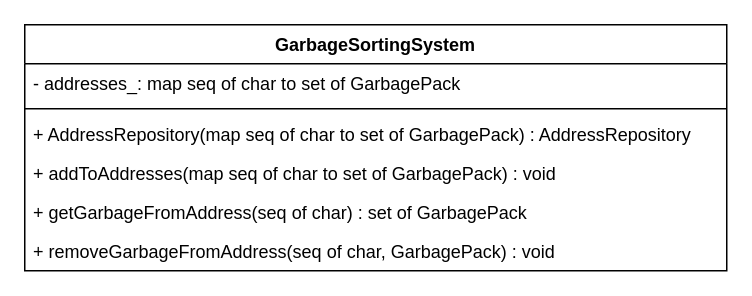
This is page "AddressRepository" (8 of 13) of GarbageSortingSystem/Diagrams/GarbageSortingSystem.drawio from MkLJensen/CRITICAL, a draw.io file, before an edit. Source tidied: cells renumbered, new cells numbered last; positions are measured from the earlier drawing's top-left corner, leaving out a move shared by most shapes. Both pictures are drawn from the tidied source at 150%, with x=0, y=0 at pixel (24, 24).
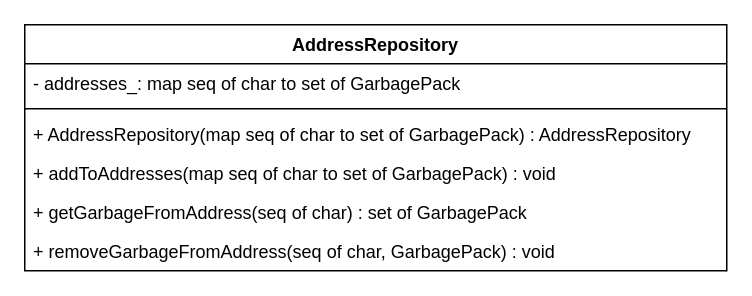
After the change.

The edit, as a diff of the source:
```diff
@@
 <mxGraphModel>
   <root>
     <mxCell id="0" />
     <mxCell id="1" parent="0" />
-    <mxCell id="2" value="GarbageSortingSystem" style="swimlane;fontStyle=1;align=center;verticalAlign=top;horizontal=1;startSize=26;" parent="1" vertex="1">
+    <mxCell id="2" value="AddressRepository" style="swimlane;fontStyle=1;align=center;verticalAlign=top;horizontal=1;startSize=26;" parent="1" vertex="1">
       <mxGeometry width="468" height="164" as="geometry" />
     </mxCell>
     <mxCell id="3" value="- addresses_: map seq of char to set of GarbagePack" style="text;strokeColor=none;fillColor=none;align=left;verticalAlign=top;spacingLeft=4;spacingRight=4;overflow=hidden;" parent="2" vertex="1">
       <mxGeometry y="26" width="468" height="26" as="geometry" />
     </mxCell>
     <mxCell id="4" style="line;strokeWidth=1;fillColor=none;align=left;verticalAlign=middle;spacingTop=-1;spacingLeft=3;spacingRight=3;labelPosition=right;" parent="2" vertex="1">
       <mxGeometry y="52" width="468" height="8" as="geometry" />
     </mxCell>
     <mxCell id="5" value="+ AddressRepository(map seq of char to set of GarbagePack) : AddressRepository" style="text;strokeColor=none;fillColor=none;align=left;verticalAlign=top;spacingLeft=4;spacingRight=4;overflow=hidden;" parent="2" vertex="1">
       <mxGeometry y="60" width="468" height="26" as="geometry" />
     </mxCell>
     <mxCell id="6" value="+ addToAddresses(map seq of char to set of GarbagePack) : void" style="text;strokeColor=none;fillColor=none;align=left;verticalAlign=top;spacingLeft=4;spacingRight=4;overflow=hidden;" parent="2" vertex="1">
       <mxGeometry y="86" width="468" height="26" as="geometry" />
     </mxCell>
     <mxCell id="7" value="+ getGarbageFromAddress(seq of char) : set of GarbagePack" style="text;strokeColor=none;fillColor=none;align=left;verticalAlign=top;spacingLeft=4;spacingRight=4;overflow=hidden;" parent="2" vertex="1">
       <mxGeometry y="112" width="468" height="26" as="geometry" />
     </mxCell>
     <mxCell id="8" value="+ removeGarbageFromAddress(seq of char, GarbagePack) : void" style="text;strokeColor=none;fillColor=none;align=left;verticalAlign=top;spacingLeft=4;spacingRight=4;overflow=hidden;" parent="2" vertex="1">
       <mxGeometry y="138" width="468" height="26" as="geometry" />
     </mxCell>
   </root>
 </mxGraphModel>
```
